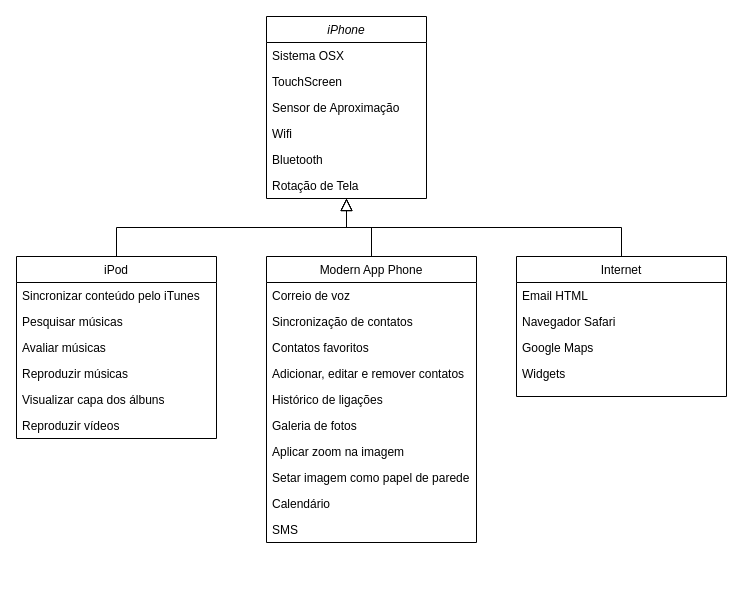
The draw.io diagram diagrama-uml/diagrama-iphone.drawio in andreyferraz/diagram-class-iphone, before the edit. Source tidied: cells renumbered, new cells numbered last; positions are measured from the earlier drawing's top-left corner, leaving out a move shared by most shapes. Both pictures are drawn from the tidied source at 100%, with x=0, y=0 at pixel (16, 16).
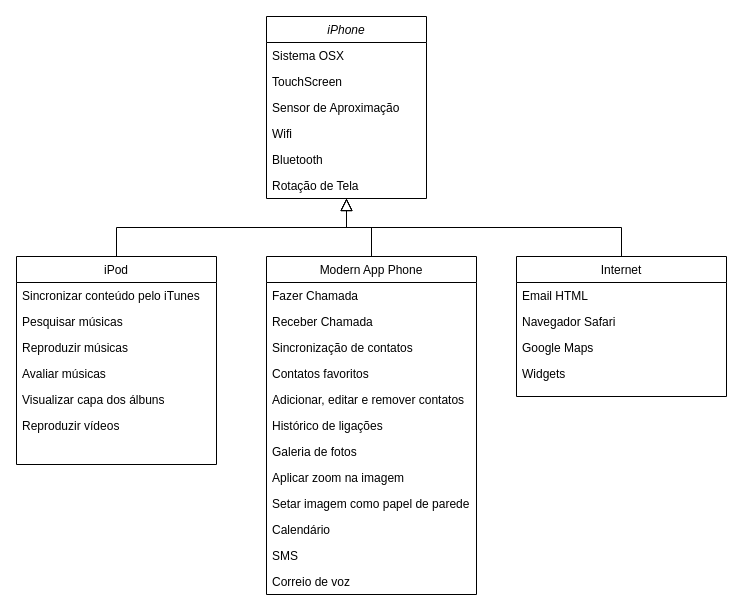
After the change.

What changed in the source:
```diff
@@
     <mxCell id="9" value="iPod" style="swimlane;fontStyle=0;align=center;verticalAlign=top;horizontal=1;startSize=26;rounded=0;shadow=0;strokeWidth=1;" parent="1" vertex="1">
-      <mxGeometry y="240" width="200" height="182" as="geometry" />
+      <mxGeometry y="240" width="200" height="208" as="geometry" />
     </mxCell>
@@
+    <mxCell id="35" value="Pesquisar músicas" style="text;align=left;verticalAlign=top;spacingLeft=4;spacingRight=4;overflow=hidden;rounded=0;shadow=0;html=0;" parent="9" vertex="1">
+      <mxGeometry y="52" width="200" height="26" as="geometry" />
+    </mxCell>
-    <mxCell id="11" value="Pesquisar músicas" style="text;align=left;verticalAlign=top;spacingLeft=4;spacingRight=4;overflow=hidden;rounded=0;shadow=0;html=0;" parent="9" vertex="1">
-      <mxGeometry y="52" width="200" height="26" as="geometry" />
+    <mxCell id="11" value="Reproduzir músicas" style="text;align=left;verticalAlign=top;spacingLeft=4;spacingRight=4;overflow=hidden;rounded=0;shadow=0;html=0;" parent="9" vertex="1">
+      <mxGeometry y="78" width="200" height="26" as="geometry" />
     </mxCell>
     <mxCell id="12" value="Avaliar músicas" style="text;align=left;verticalAlign=top;spacingLeft=4;spacingRight=4;overflow=hidden;" parent="9" vertex="1">
-      <mxGeometry y="78" width="200" height="26" as="geometry" />
+      <mxGeometry y="104" width="200" height="26" as="geometry" />
     </mxCell>
-    <mxCell id="13" value="Reproduzir músicas" style="text;align=left;verticalAlign=top;spacingLeft=4;spacingRight=4;overflow=hidden;rounded=0;shadow=0;html=0;" parent="9" vertex="1">
-      <mxGeometry y="104" width="200" height="26" as="geometry" />
-    </mxCell>
@@
     <mxCell id="17" value="Modern App Phone" style="swimlane;fontStyle=0;align=center;verticalAlign=top;horizontal=1;startSize=26;rounded=0;shadow=0;strokeWidth=1;" parent="1" vertex="1">
-      <mxGeometry x="250" y="240" width="210" height="286" as="geometry" />
+      <mxGeometry x="250" y="240" width="210" height="338" as="geometry" />
     </mxCell>
-    <mxCell id="18" value="Correio de voz" style="text;align=left;verticalAlign=top;spacingLeft=4;spacingRight=4;overflow=hidden;" parent="17" vertex="1">
+    <mxCell id="18" value="Fazer Chamada" style="text;align=left;verticalAlign=top;spacingLeft=4;spacingRight=4;overflow=hidden;" parent="17" vertex="1">
       <mxGeometry y="26" width="210" height="26" as="geometry" />
     </mxCell>
+    <mxCell id="36" value="Receber Chamada" style="text;align=left;verticalAlign=top;spacingLeft=4;spacingRight=4;overflow=hidden;" parent="17" vertex="1">
+      <mxGeometry y="52" width="210" height="26" as="geometry" />
+    </mxCell>
     <mxCell id="19" value="Sincronização de contatos" style="text;align=left;verticalAlign=top;spacingLeft=4;spacingRight=4;overflow=hidden;" parent="17" vertex="1">
-      <mxGeometry y="52" width="210" height="26" as="geometry" />
+      <mxGeometry y="78" width="210" height="26" as="geometry" />
     </mxCell>
     <mxCell id="20" value="Contatos favoritos" style="text;align=left;verticalAlign=top;spacingLeft=4;spacingRight=4;overflow=hidden;" parent="17" vertex="1">
-      <mxGeometry y="78" width="210" height="26" as="geometry" />
+      <mxGeometry y="104" width="210" height="26" as="geometry" />
     </mxCell>
     <mxCell id="21" value="Adicionar, editar e remover contatos" style="text;align=left;verticalAlign=top;spacingLeft=4;spacingRight=4;overflow=hidden;" parent="17" vertex="1">
-      <mxGeometry y="104" width="210" height="26" as="geometry" />
+      <mxGeometry y="130" width="210" height="26" as="geometry" />
     </mxCell>
     <mxCell id="22" value="Histórico de ligações" style="text;align=left;verticalAlign=top;spacingLeft=4;spacingRight=4;overflow=hidden;" parent="17" vertex="1">
-      <mxGeometry y="130" width="210" height="26" as="geometry" />
+      <mxGeometry y="156" width="210" height="26" as="geometry" />
     </mxCell>
     <mxCell id="23" value="Galeria de fotos" style="text;align=left;verticalAlign=top;spacingLeft=4;spacingRight=4;overflow=hidden;" parent="17" vertex="1">
-      <mxGeometry y="156" width="210" height="26" as="geometry" />
+      <mxGeometry y="182" width="210" height="26" as="geometry" />
     </mxCell>
     <mxCell id="24" value="Aplicar zoom na imagem" style="text;align=left;verticalAlign=top;spacingLeft=4;spacingRight=4;overflow=hidden;" parent="17" vertex="1">
-      <mxGeometry y="182" width="210" height="26" as="geometry" />
+      <mxGeometry y="208" width="210" height="26" as="geometry" />
     </mxCell>
     <mxCell id="25" value="Setar imagem como papel de parede" style="text;align=left;verticalAlign=top;spacingLeft=4;spacingRight=4;overflow=hidden;" parent="17" vertex="1">
-      <mxGeometry y="208" width="210" height="26" as="geometry" />
+      <mxGeometry y="234" width="210" height="26" as="geometry" />
     </mxCell>
     <mxCell id="26" value="Calendário" style="text;align=left;verticalAlign=top;spacingLeft=4;spacingRight=4;overflow=hidden;" parent="17" vertex="1">
-      <mxGeometry y="234" width="210" height="26" as="geometry" />
+      <mxGeometry y="260" width="210" height="26" as="geometry" />
     </mxCell>
     <mxCell id="27" value="SMS" style="text;align=left;verticalAlign=top;spacingLeft=4;spacingRight=4;overflow=hidden;" parent="17" vertex="1">
-      <mxGeometry y="260" width="210" height="26" as="geometry" />
+      <mxGeometry y="286" width="210" height="26" as="geometry" />
     </mxCell>
+    <mxCell id="37" value="Correio de voz" style="text;align=left;verticalAlign=top;spacingLeft=4;spacingRight=4;overflow=hidden;" parent="17" vertex="1">
+      <mxGeometry y="312" width="210" height="26" as="geometry" />
+    </mxCell>
```
